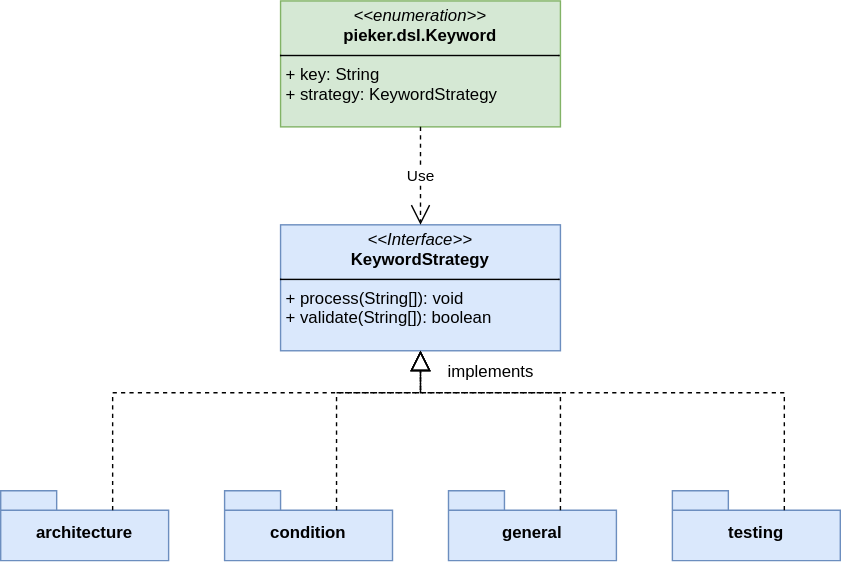
Before: dsl/doc/images/classdiagram-strategy.svg, a diagram exported from draw.io (PIEKER/Pieker). Source tidied: cells renumbered, new cells last; positions are measured from the earlier drawing's top-left corner, leaving out a move shared by most shapes. The source it was exported from:
```xml
<mxGraphModel>
  <root>
    <mxCell id="0" />
    <mxCell id="1" parent="0" />
    <mxCell id="2" value="&lt;p style=&quot;margin:0px;margin-top:4px;text-align:center;&quot;&gt;&lt;i&gt;&amp;lt;&amp;lt;Interface&amp;gt;&amp;gt;&lt;/i&gt;&lt;br&gt;&lt;b&gt;KeywordStrategy&lt;/b&gt;&lt;/p&gt;&lt;hr size=&quot;1&quot; style=&quot;border-style:solid;&quot;&gt;&lt;p style=&quot;margin:0px;margin-left:4px;&quot;&gt;+ process(String[]): void&lt;br&gt;+ validate(&lt;span style=&quot;background-color: initial;&quot;&gt;String[]&lt;/span&gt;&lt;span style=&quot;background-color: initial;&quot;&gt;): boolean&lt;/span&gt;&lt;/p&gt;" style="verticalAlign=top;align=left;overflow=fill;html=1;whiteSpace=wrap;fillColor=#dae8fc;strokeColor=#6c8ebf;" parent="1" vertex="1">
      <mxGeometry x="200" y="160" width="200" height="90" as="geometry" />
    </mxCell>
    <mxCell id="3" value="architecture" style="shape=folder;fontStyle=1;spacingTop=10;tabWidth=40;tabHeight=14;tabPosition=left;html=1;whiteSpace=wrap;fillColor=#dae8fc;strokeColor=#6c8ebf;" parent="1" vertex="1">
      <mxGeometry y="350" width="120" height="50" as="geometry" />
    </mxCell>
    <mxCell id="4" value="condition" style="shape=folder;fontStyle=1;spacingTop=10;tabWidth=40;tabHeight=14;tabPosition=left;html=1;whiteSpace=wrap;fillColor=#dae8fc;strokeColor=#6c8ebf;" parent="1" vertex="1">
      <mxGeometry x="160" y="350" width="120" height="50" as="geometry" />
    </mxCell>
    <mxCell id="5" value="general" style="shape=folder;fontStyle=1;spacingTop=10;tabWidth=40;tabHeight=14;tabPosition=left;html=1;whiteSpace=wrap;fillColor=#dae8fc;strokeColor=#6c8ebf;" parent="1" vertex="1">
      <mxGeometry x="320" y="350" width="120" height="50" as="geometry" />
    </mxCell>
    <mxCell id="6" value="testing" style="shape=folder;fontStyle=1;spacingTop=10;tabWidth=40;tabHeight=14;tabPosition=left;html=1;whiteSpace=wrap;fillColor=#dae8fc;strokeColor=#6c8ebf;" parent="1" vertex="1">
      <mxGeometry x="480" y="350" width="120" height="50" as="geometry" />
    </mxCell>
    <mxCell id="7" style="endArrow=block;dashed=1;endFill=0;endSize=12;html=1;rounded=0;exitX=0;exitY=0;exitDx=80;exitDy=14;exitPerimeter=0;entryX=0.5;entryY=1;entryDx=0;entryDy=0;" parent="1" edge="1" source="3" target="2">
      <mxGeometry relative="1" as="geometry">
        <Array as="points">
          <mxPoint x="80" y="280" />
          <mxPoint x="300" y="280" />
        </Array>
      </mxGeometry>
    </mxCell>
    <mxCell id="8" style="endArrow=block;dashed=1;endFill=0;endSize=12;html=1;rounded=0;exitX=0;exitY=0;exitDx=80;exitDy=14;exitPerimeter=0;entryX=0.5;entryY=1;entryDx=0;entryDy=0;" parent="1" edge="1" source="4" target="2">
      <mxGeometry relative="1" as="geometry">
        <Array as="points">
          <mxPoint x="240" y="280" />
          <mxPoint x="300" y="280" />
        </Array>
      </mxGeometry>
    </mxCell>
    <mxCell id="9" style="endArrow=block;dashed=1;endFill=0;endSize=12;html=1;rounded=0;exitX=0;exitY=0;exitDx=80;exitDy=14;exitPerimeter=0;" parent="1" edge="1" source="5">
      <mxGeometry relative="1" as="geometry">
        <mxPoint x="300" y="250" as="targetPoint" />
        <Array as="points">
          <mxPoint x="400" y="280" />
          <mxPoint x="300" y="280" />
        </Array>
      </mxGeometry>
    </mxCell>
    <mxCell id="10" style="endArrow=block;dashed=1;endFill=0;endSize=12;html=1;rounded=0;exitX=0;exitY=0;exitDx=80;exitDy=14;exitPerimeter=0;" parent="1" edge="1" source="6">
      <mxGeometry relative="1" as="geometry">
        <mxPoint x="300" y="250" as="targetPoint" />
        <Array as="points">
          <mxPoint x="560" y="280" />
          <mxPoint x="300" y="280" />
        </Array>
      </mxGeometry>
    </mxCell>
    <mxCell id="11" value="implements" style="text;html=1;align=center;verticalAlign=middle;strokeColor=none;fillColor=none;" parent="1" vertex="1">
      <mxGeometry x="310" y="250" width="80" height="30" as="geometry" />
    </mxCell>
    <mxCell id="12" value="&lt;p style=&quot;margin:0px;margin-top:4px;text-align:center;&quot;&gt;&lt;i&gt;&amp;lt;&amp;lt;enumeration&amp;gt;&amp;gt;&lt;/i&gt;&lt;br&gt;&lt;b&gt;pieker.dsl.Keyword&lt;/b&gt;&lt;/p&gt;&lt;hr size=&quot;1&quot; style=&quot;border-style:solid;&quot;&gt;&lt;p style=&quot;margin:0px;margin-left:4px;&quot;&gt;+ key: String&lt;br&gt;+ strategy&lt;span style=&quot;background-color: initial;&quot;&gt;: KeywordStrategy&lt;/span&gt;&lt;/p&gt;" style="verticalAlign=top;align=left;overflow=fill;html=1;whiteSpace=wrap;fillColor=#d5e8d4;strokeColor=#82b366;" parent="1" vertex="1">
      <mxGeometry x="200" width="200" height="90" as="geometry" />
    </mxCell>
    <mxCell id="13" value="Use" style="endArrow=open;endSize=12;dashed=1;html=1;rounded=0;exitX=0.5;exitY=1;exitDx=0;exitDy=0;entryX=0.5;entryY=0;entryDx=0;entryDy=0;" parent="1" edge="1" source="12" target="2">
      <mxGeometry relative="1" as="geometry" />
    </mxCell>
  </root>
</mxGraphModel>
```
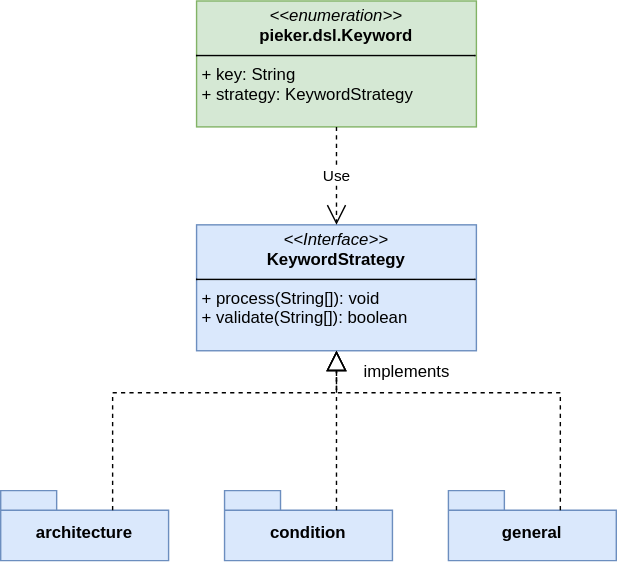
After the change.

Change to the diagram source:
```diff
@@ -6,21 +6,18 @@
       <mxGeometry x="200" y="160" width="200" height="90" as="geometry" />
     </mxCell>
     <mxCell id="3" value="architecture" style="shape=folder;fontStyle=1;spacingTop=10;tabWidth=40;tabHeight=14;tabPosition=left;html=1;whiteSpace=wrap;fillColor=#dae8fc;strokeColor=#6c8ebf;" parent="1" vertex="1">
-      <mxGeometry y="350" width="120" height="50" as="geometry" />
+      <mxGeometry x="60" y="350" width="120" height="50" as="geometry" />
     </mxCell>
     <mxCell id="4" value="condition" style="shape=folder;fontStyle=1;spacingTop=10;tabWidth=40;tabHeight=14;tabPosition=left;html=1;whiteSpace=wrap;fillColor=#dae8fc;strokeColor=#6c8ebf;" parent="1" vertex="1">
-      <mxGeometry x="160" y="350" width="120" height="50" as="geometry" />
+      <mxGeometry x="220" y="350" width="120" height="50" as="geometry" />
     </mxCell>
     <mxCell id="5" value="general" style="shape=folder;fontStyle=1;spacingTop=10;tabWidth=40;tabHeight=14;tabPosition=left;html=1;whiteSpace=wrap;fillColor=#dae8fc;strokeColor=#6c8ebf;" parent="1" vertex="1">
-      <mxGeometry x="320" y="350" width="120" height="50" as="geometry" />
+      <mxGeometry x="380" y="350" width="120" height="50" as="geometry" />
     </mxCell>
-    <mxCell id="6" value="testing" style="shape=folder;fontStyle=1;spacingTop=10;tabWidth=40;tabHeight=14;tabPosition=left;html=1;whiteSpace=wrap;fillColor=#dae8fc;strokeColor=#6c8ebf;" parent="1" vertex="1">
-      <mxGeometry x="480" y="350" width="120" height="50" as="geometry" />
-    </mxCell>
     <mxCell id="7" style="endArrow=block;dashed=1;endFill=0;endSize=12;html=1;rounded=0;exitX=0;exitY=0;exitDx=80;exitDy=14;exitPerimeter=0;entryX=0.5;entryY=1;entryDx=0;entryDy=0;" parent="1" edge="1" source="3" target="2">
       <mxGeometry relative="1" as="geometry">
         <Array as="points">
-          <mxPoint x="80" y="280" />
+          <mxPoint x="140" y="280" />
           <mxPoint x="300" y="280" />
         </Array>
       </mxGeometry>
@@ -28,7 +25,6 @@
     <mxCell id="8" style="endArrow=block;dashed=1;endFill=0;endSize=12;html=1;rounded=0;exitX=0;exitY=0;exitDx=80;exitDy=14;exitPerimeter=0;entryX=0.5;entryY=1;entryDx=0;entryDy=0;" parent="1" edge="1" source="4" target="2">
       <mxGeometry relative="1" as="geometry">
         <Array as="points">
-          <mxPoint x="240" y="280" />
           <mxPoint x="300" y="280" />
         </Array>
       </mxGeometry>
@@ -37,20 +33,11 @@
       <mxGeometry relative="1" as="geometry">
         <mxPoint x="300" y="250" as="targetPoint" />
         <Array as="points">
-          <mxPoint x="400" y="280" />
+          <mxPoint x="460" y="280" />
           <mxPoint x="300" y="280" />
         </Array>
       </mxGeometry>
     </mxCell>
-    <mxCell id="10" style="endArrow=block;dashed=1;endFill=0;endSize=12;html=1;rounded=0;exitX=0;exitY=0;exitDx=80;exitDy=14;exitPerimeter=0;" parent="1" edge="1" source="6">
-      <mxGeometry relative="1" as="geometry">
-        <mxPoint x="300" y="250" as="targetPoint" />
-        <Array as="points">
-          <mxPoint x="560" y="280" />
-          <mxPoint x="300" y="280" />
-        </Array>
-      </mxGeometry>
-    </mxCell>
     <mxCell id="11" value="implements" style="text;html=1;align=center;verticalAlign=middle;strokeColor=none;fillColor=none;" parent="1" vertex="1">
       <mxGeometry x="310" y="250" width="80" height="30" as="geometry" />
     </mxCell>
```
